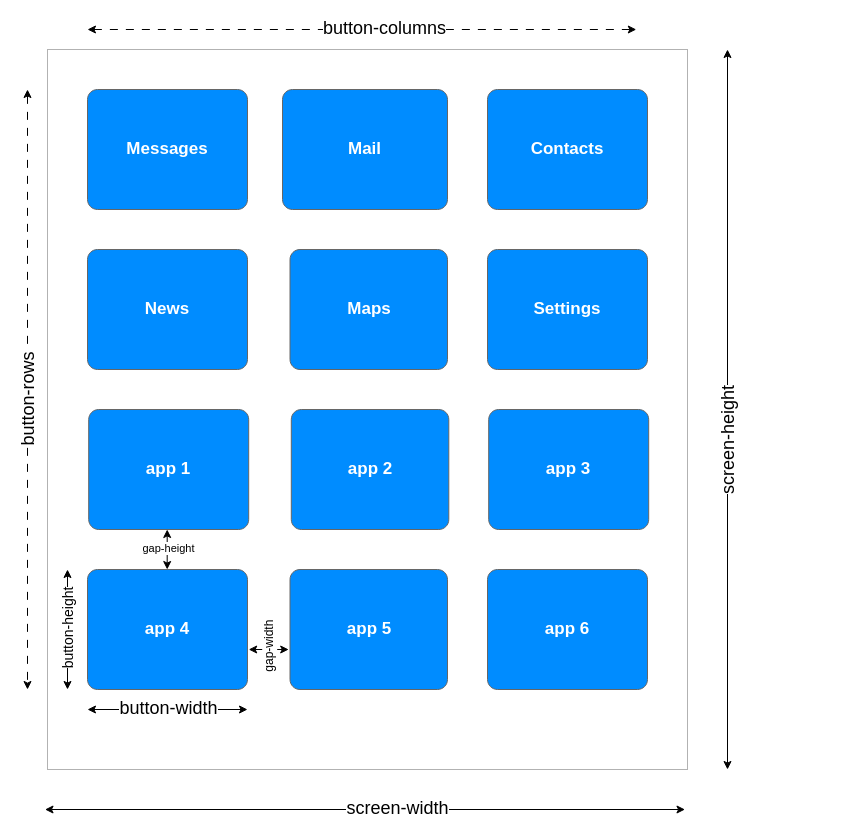
The draw.io diagram page "n-buttons" (2 of 5) of doc/screen.drawio in kushnertodd/android-adaptive-ui, before the edit. Source tidied: cells renumbered, new cells numbered last; positions are measured from the earlier drawing's top-left corner, leaving out a move shared by most shapes. Both pictures are drawn from the tidied source at 100%, with x=0, y=0 at pixel (27, 29).
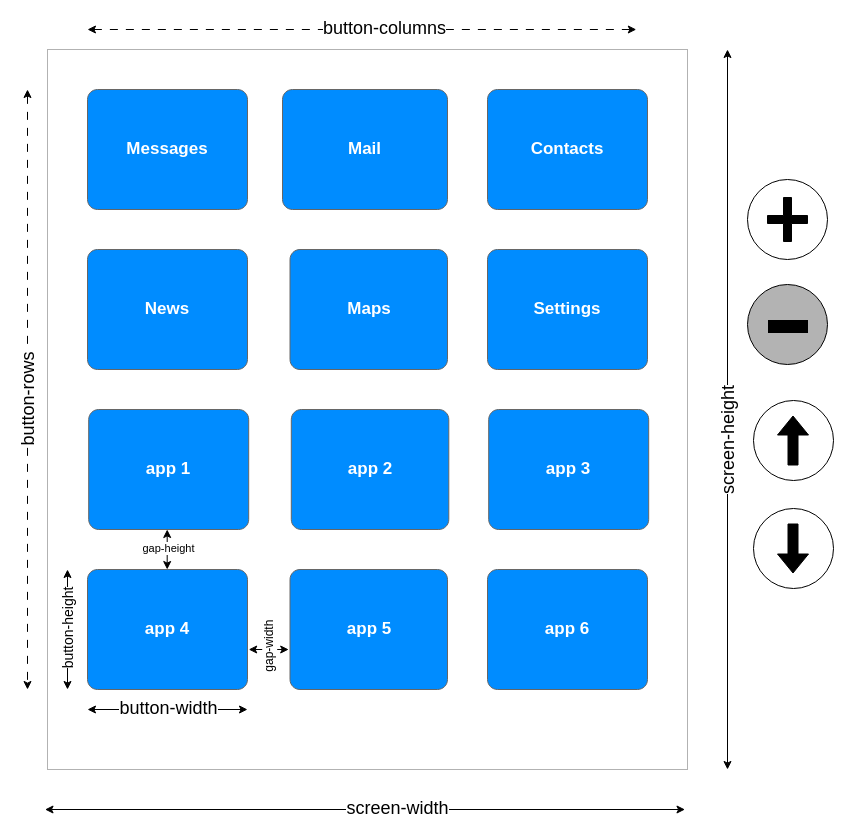
After the change.

Diff of the diagram source:
```diff
@@
+    <mxCell id="32" style="group;" parent="1" vertex="1">
+      <mxGeometry x="726" y="371" width="80" height="188" as="geometry" />
+    </mxCell>
+    <mxCell id="33" style="group;" parent="32" vertex="1">
+      <mxGeometry width="80" height="80" as="geometry" />
+    </mxCell>
+    <mxCell id="34" style="ellipse;whiteSpace=wrap;html=1;" parent="33" vertex="1">
+      <mxGeometry width="80" height="80" as="geometry" />
+    </mxCell>
+    <mxCell id="35" style="shape=flexArrow;endArrow=classic;html=1;rounded=0;fillColor=#000000;" parent="33" edge="1">
+      <mxGeometry relative="1" as="geometry">
+        <mxPoint x="39.5" y="65" as="sourcePoint" />
+        <mxPoint x="39.5" y="15" as="targetPoint" />
+      </mxGeometry>
+    </mxCell>
+    <mxCell id="36" style="group;" parent="32" vertex="1">
+      <mxGeometry y="108" width="80" height="80" as="geometry" />
+    </mxCell>
+    <mxCell id="37" style="ellipse;whiteSpace=wrap;html=1;direction=south;" parent="36" vertex="1">
+      <mxGeometry width="80" height="80" as="geometry" />
+    </mxCell>
+    <mxCell id="38" style="shape=flexArrow;endArrow=classic;html=1;rounded=0;fillColor=#000000;" parent="36" edge="1">
+      <mxGeometry relative="1" as="geometry">
+        <mxPoint x="39.5" y="15" as="sourcePoint" />
+        <mxPoint x="39.5" y="65" as="targetPoint" />
+      </mxGeometry>
+    </mxCell>
+    <mxCell id="39" style="group;" parent="1" vertex="1">
+      <mxGeometry x="720" y="150" width="80" height="80" as="geometry" />
+    </mxCell>
+    <mxCell id="40" style="ellipse;whiteSpace=wrap;html=1;" parent="39" vertex="1">
+      <mxGeometry width="80" height="80" as="geometry" />
+    </mxCell>
+    <mxCell id="41" style="shape=cross;whiteSpace=wrap;html=1;fillColor=#000000;" parent="39" vertex="1">
+      <mxGeometry x="20" y="18" width="40" height="44" as="geometry" />
+    </mxCell>
+    <mxCell id="42" style="ellipse;whiteSpace=wrap;html=1;fillColor=#B3B3B3;" parent="1" vertex="1">
+      <mxGeometry x="720" y="255" width="80" height="80" as="geometry" />
+    </mxCell>
+    <mxCell id="43" style="rounded=0;whiteSpace=wrap;html=1;fillColor=#000000;" parent="1" vertex="1">
+      <mxGeometry x="741" y="291" width="39" height="12" as="geometry" />
+    </mxCell>
```
